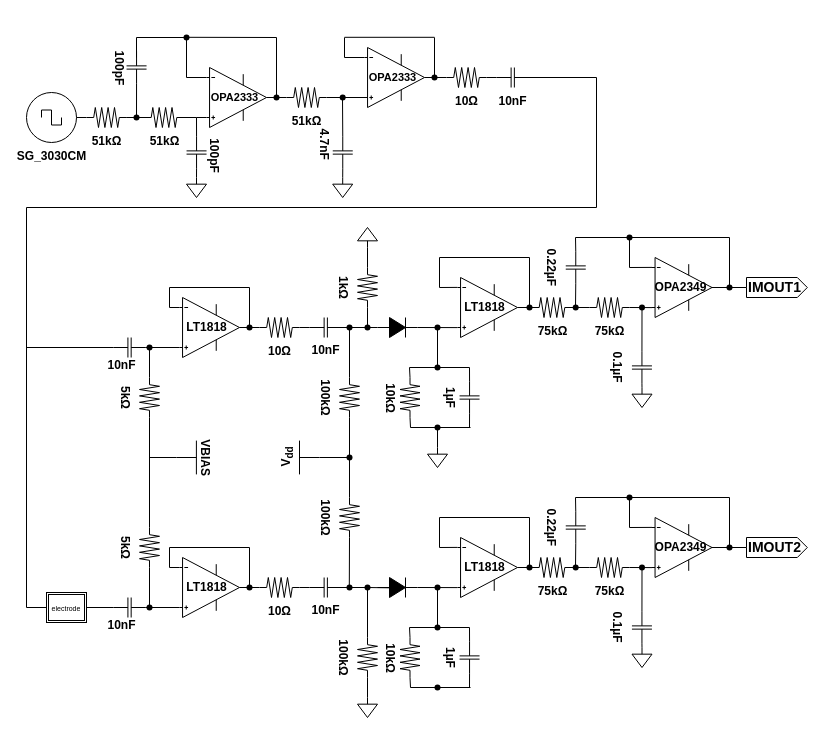
The draw.io diagram Untitled Diagram.drawio in 10matcho27/drawio_figure, before the edit. Source tidied: cells renumbered, new cells numbered last; positions are measured from the earlier drawing's top-left corner, leaving out a move shared by most shapes. Both pictures are drawn from the tidied source at 100%, with x=0, y=0 at pixel (26, 17).
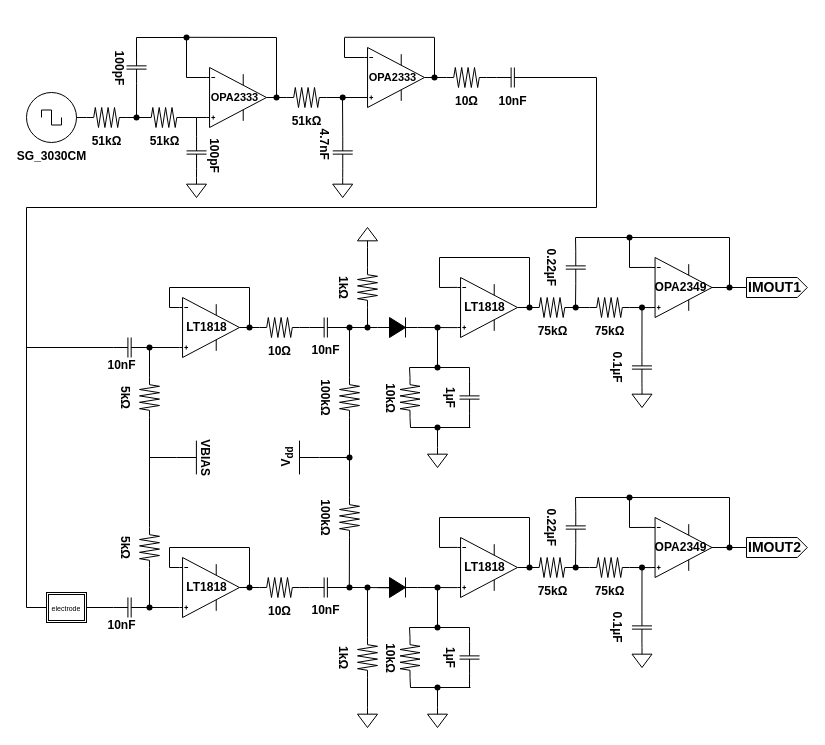
The same page after the edit.

The edit, as a diff of the source:
```diff
@@
-    <mxCell id="144" value="100k&lt;span&gt;Ω&lt;/span&gt;" style="verticalLabelPosition=bottom;shadow=0;dashed=0;align=center;html=1;verticalAlign=top;shape=mxgraph.electrical.resistors.resistor_2;rotation=90;fontStyle=1;" parent="1" vertex="1">
+    <mxCell id="144" value="1k&lt;span&gt;Ω&lt;/span&gt;" style="verticalLabelPosition=bottom;shadow=0;dashed=0;align=center;html=1;verticalAlign=top;shape=mxgraph.electrical.resistors.resistor_2;rotation=90;fontStyle=1;" parent="1" vertex="1">
       <mxGeometry x="321" y="630" width="40" height="20" as="geometry" />
     </mxCell>
@@
     <mxCell id="209" style="verticalLabelPosition=bottom;shadow=0;dashed=0;align=center;html=1;verticalAlign=top;shape=mxgraph.electrical.signal_sources.signal_ground;rotation=0;" parent="1" vertex="1">
-      <mxGeometry x="331" y="680" width="20" height="20" as="geometry" />
+      <mxGeometry x="331" y="690" width="20" height="20" as="geometry" />
     </mxCell>
@@
+    <mxCell id="223" style="verticalLabelPosition=bottom;shadow=0;dashed=0;align=center;html=1;verticalAlign=top;shape=mxgraph.electrical.signal_sources.signal_ground;" parent="1" vertex="1">
+      <mxGeometry x="401" y="690" width="20" height="20" as="geometry" />
+    </mxCell>
+    <mxCell id="224" style="endArrow=none;html=1;rounded=0;exitX=0.5;exitY=0;exitDx=0;exitDy=0;exitPerimeter=0;" parent="1" edge="1" source="223">
+      <mxGeometry relative="1" as="geometry">
+        <mxPoint x="411" y="670" as="targetPoint" />
+      </mxGeometry>
+    </mxCell>
```
